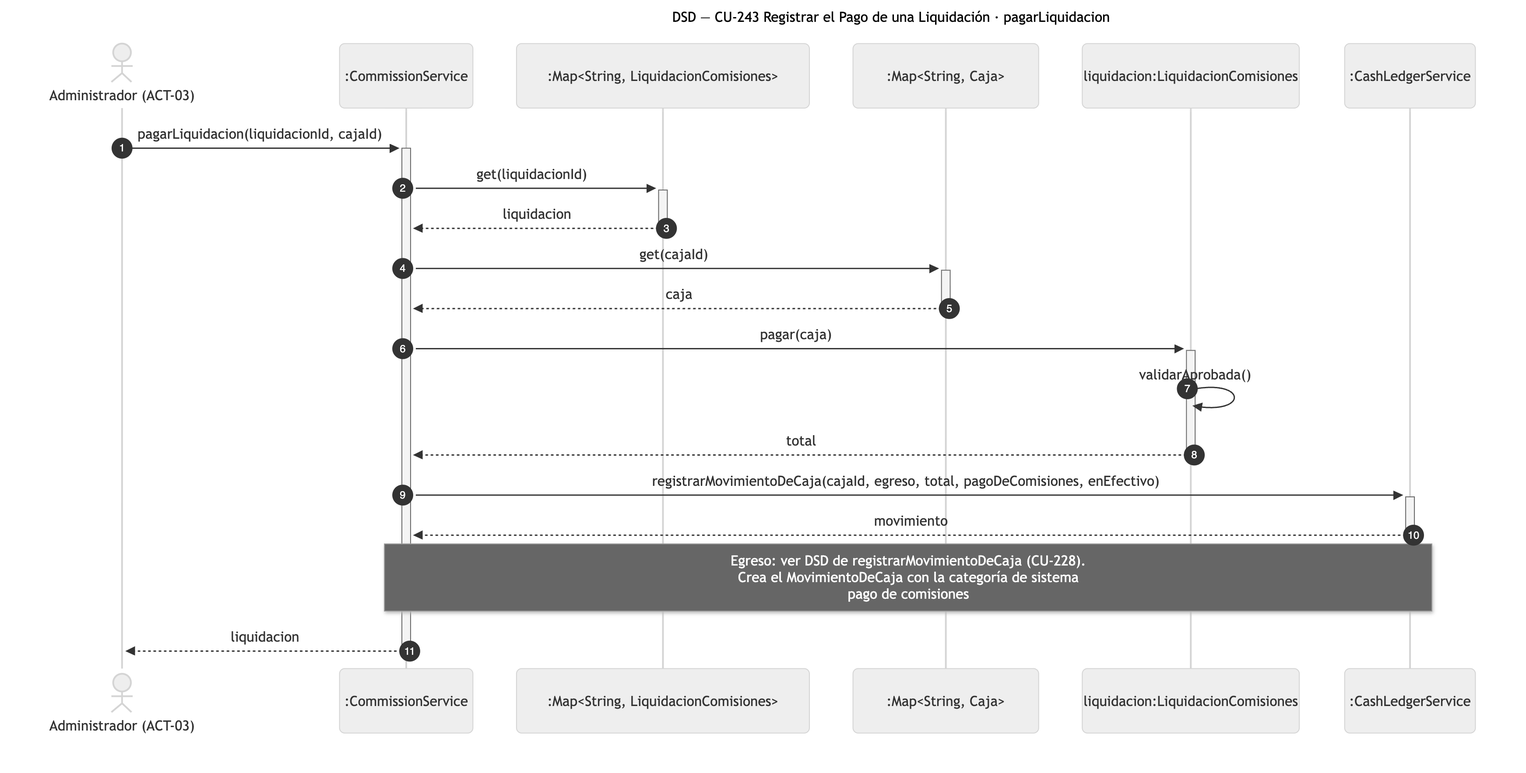
Before: diagramas/png/DSD_CU-243_pagarLiquidacion.png, a diagram exported from Mermaid (Nahuelito-Dev/splg-docs). Its source is kept beside it as diagramas/DSD_CU-243_pagarLiquidacion.mmd.
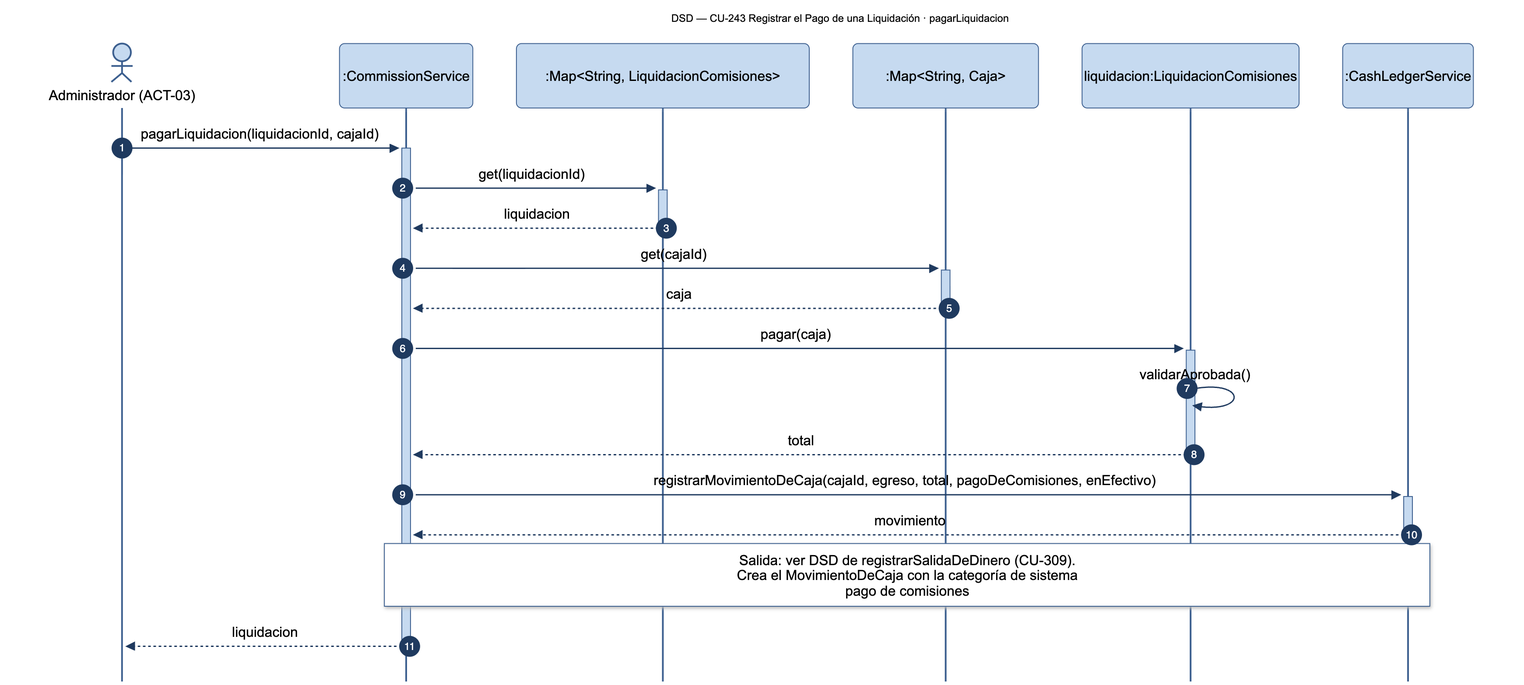
After the change.

What changed in the source:
```diff
@@ -18,5 +18,5 @@
     LIQ-->>-SRV: total
     SRV->>+LDG: registrarMovimientoDeCaja(cajaId, egreso, total, pagoDeComisiones, enEfectivo)
     LDG-->>-SRV: movimiento
-    Note over SRV,LDG: Egreso: ver DSD de registrarMovimientoDeCaja (CU-228).<br/>Crea el MovimientoDeCaja con la categoría de sistema<br/>pago de comisiones
+    Note over SRV,LDG: Salida: ver DSD de registrarSalidaDeDinero (CU-309).<br/>Crea el MovimientoDeCaja con la categoría de sistema<br/>pago de comisiones
     SRV-->>-ADM: liquidacion
```
